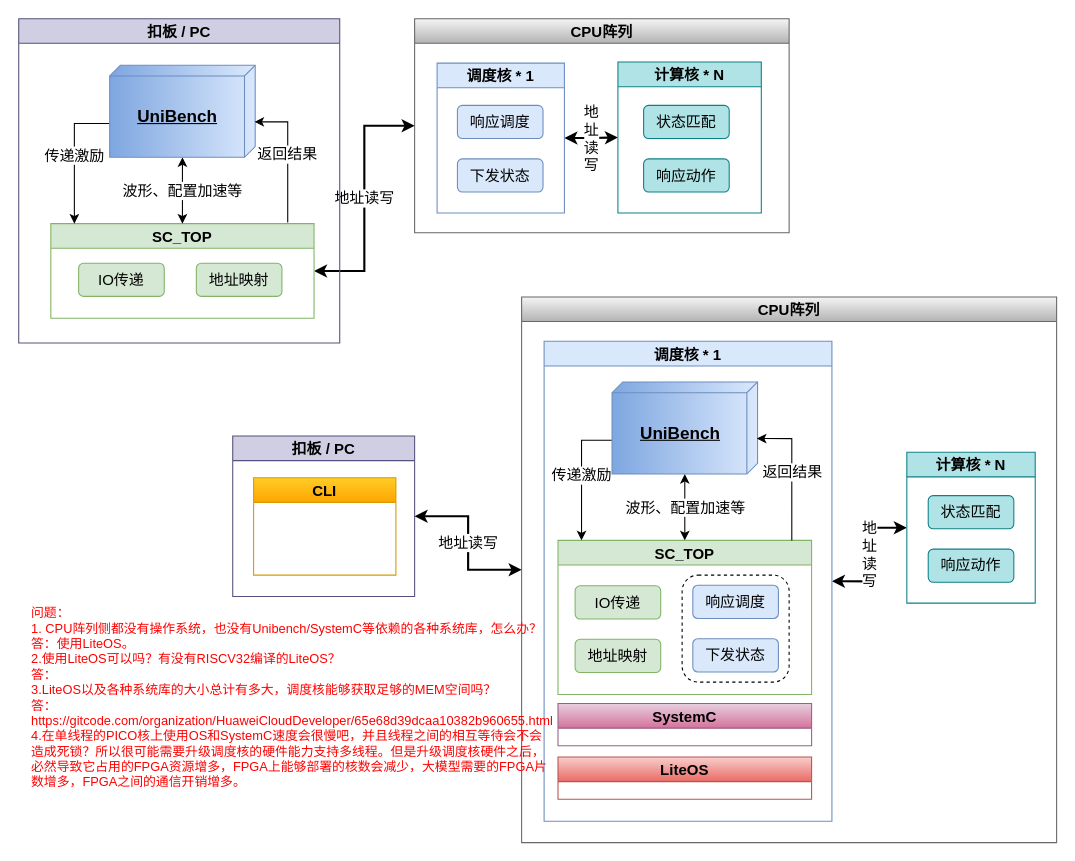
The draw.io diagram page "平台迁移" (1 of 2) of verilator_digrams/aync_comm.drawio in Dercury/CLDK, before the edit. Source tidied: cells renumbered, new cells numbered last; positions are measured from the earlier drawing's top-left corner, leaving out a move shared by most shapes. Both pictures are drawn from the tidied source at 107%, with x=0, y=0 at pixel (18, 18).
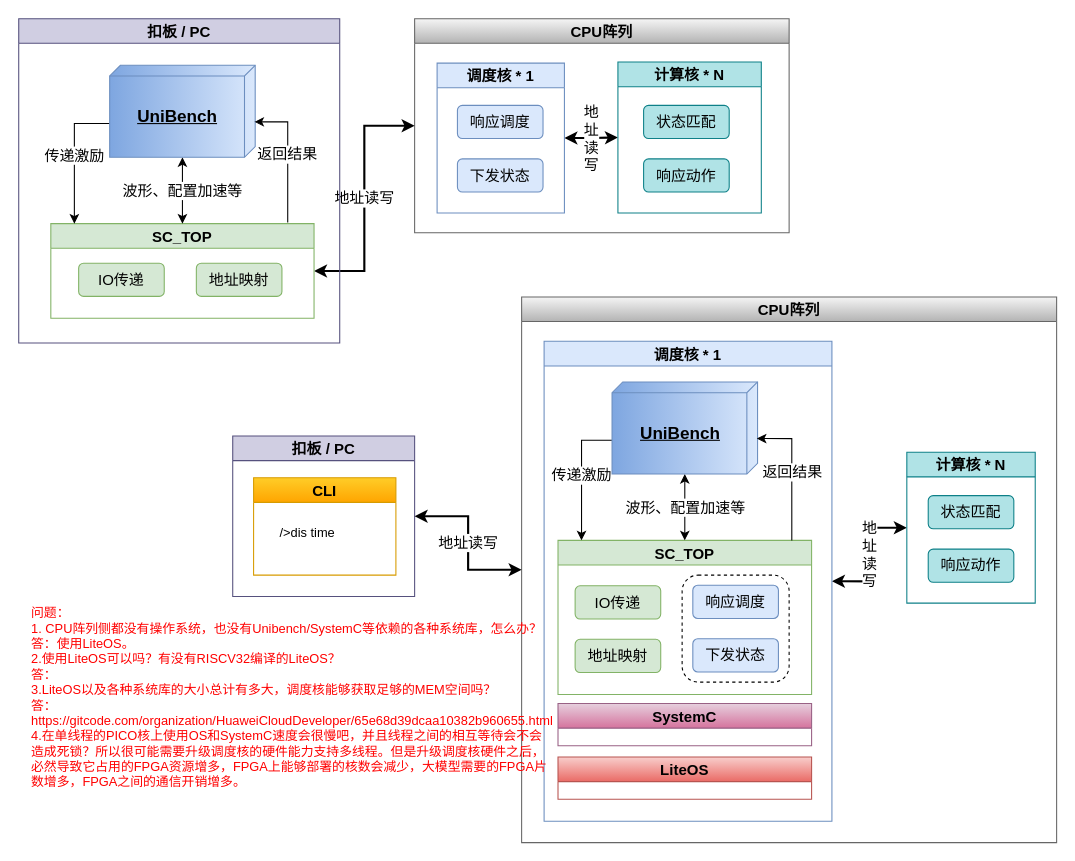
The same diagram, later.

Unchanged cells that the change refers to:
```xml
<mxCell id="39" value="CLI" style="swimlane;fontSize=14;fillColor=#ffcd28;strokeColor=#d79b00;gradientColor=#ffa500;" parent="38" vertex="1">
  <mxGeometry x="19.5" y="39" width="133" height="91" as="geometry" />
</mxCell>
```

The edit, as a diff of the source:
```diff
@@
+    <mxCell id="42" value="/&amp;gt;dis time" style="text;html=1;align=center;verticalAlign=middle;whiteSpace=wrap;rounded=0;" parent="39" vertex="1">
+      <mxGeometry x="20.5" y="37" width="60" height="30" as="geometry" />
+    </mxCell>
```
